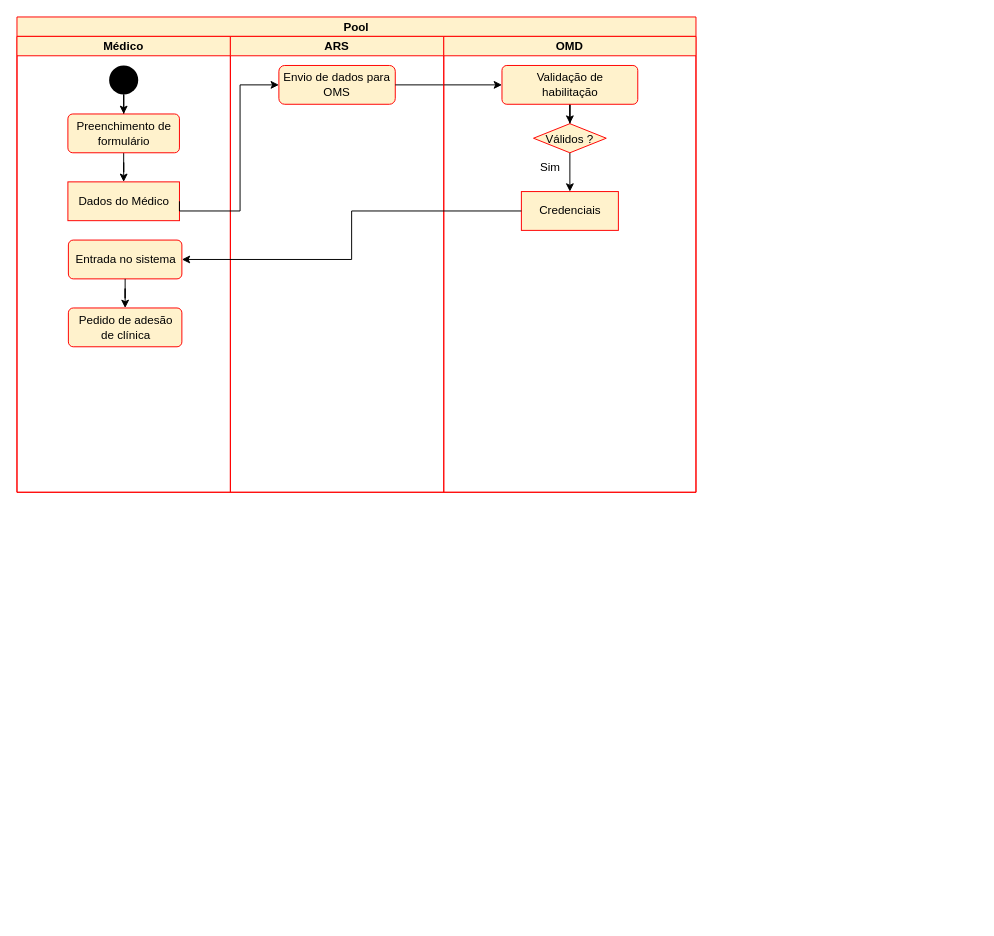
Before: page "ex1_3" (2 of 2) of P/P1/P1.drawio in DavidAraujo98/AS, a draw.io diagram. Source tidied: cells renumbered, new cells numbered last; positions are measured from the earlier drawing's top-left corner, leaving out a move shared by most shapes. Both pictures are drawn from the tidied source at 97%, with x=0, y=0 at pixel (16, 16).
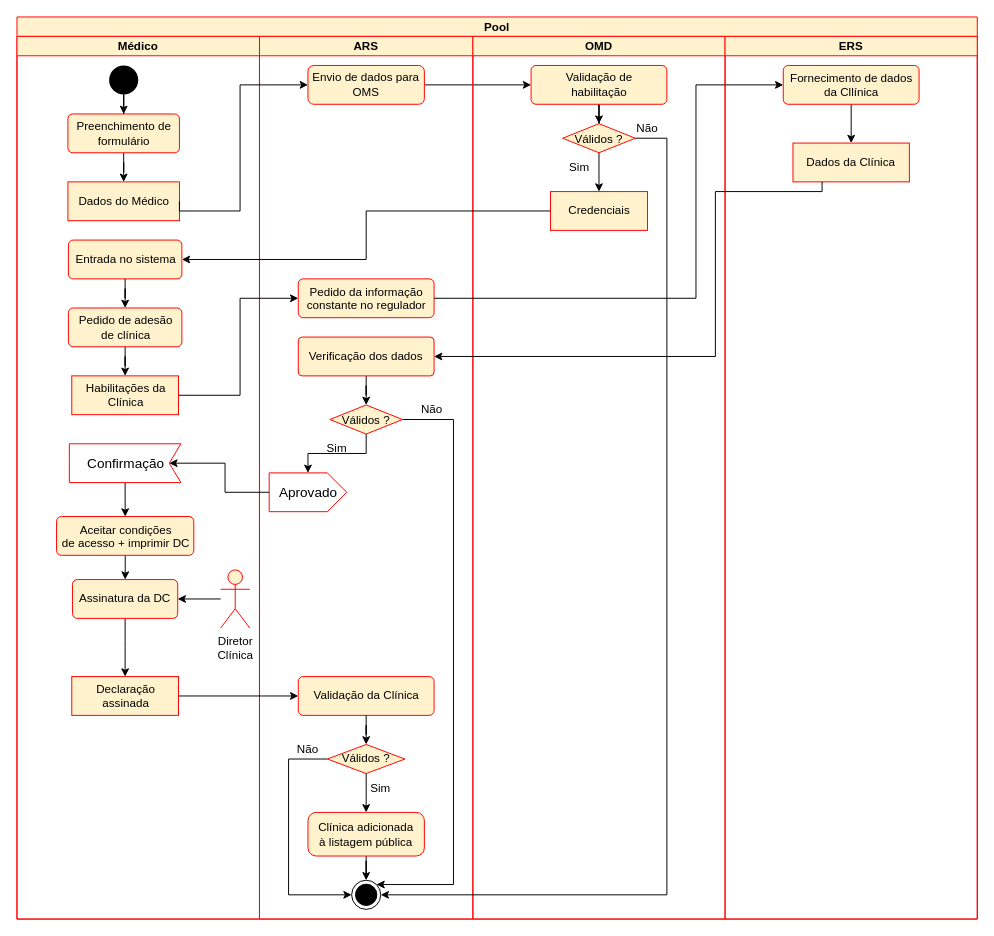
The same diagram, later.

Unchanged cells that the change refers to:
```xml
<mxCell id="10" value="Pedido de adesão&lt;br&gt;de clínica" style="html=1;align=center;verticalAlign=middle;rounded=1;absoluteArcSize=1;arcSize=10;dashed=0;fontSize=12;strokeColor=#FF0000;fillColor=#FFF2CC;" parent="3" vertex="1">
  <mxGeometry x="53" y="280" width="117" height="40" as="geometry" />
</mxCell>
<mxCell id="13" value="Envio de dados para OMS" style="rounded=1;whiteSpace=wrap;html=1;fillColor=#FFF2CC;strokeColor=#FF0000;verticalAlign=middle;" parent="12" vertex="1">
  <mxGeometry x="50" y="30" width="120" height="40" as="geometry" />
</mxCell>
<mxCell id="17" value="Validação de&lt;br&gt;habilitação" style="html=1;align=center;verticalAlign=middle;rounded=1;absoluteArcSize=1;arcSize=10;dashed=0;strokeColor=#FF0000;fillColor=#FFF2CC;" parent="15" vertex="1">
  <mxGeometry x="60" y="30" width="140" height="40" as="geometry" />
</mxCell>
<mxCell id="19" value="Válidos ?" style="rhombus;strokeColor=#FF0000;fillColor=#FFF2CC;verticalAlign=middle;" parent="15" vertex="1">
  <mxGeometry x="92.5" y="90" width="75" height="30" as="geometry" />
</mxCell>
```

What changed in the source:
```diff
@@
-    <mxCell id="2" value="Pool" style="swimlane;startSize=20;strokeColor=#FF0000;fillColor=#FFF2CC;" parent="1" vertex="1">
-      <mxGeometry width="700" height="490" as="geometry" />
+    <mxCell id="2" value="Pool" style="swimlane;startSize=20;strokeColor=#FF0000;fillColor=#FFF2CC;align=center;verticalAlign=middle;" parent="1" vertex="1">
+      <mxGeometry width="990" height="930" as="geometry" />
     </mxCell>
+    <mxCell id="14" style="edgeStyle=orthogonalEdgeStyle;rounded=0;jettySize=auto;html=1;exitX=1;exitY=0.5;exitDx=0;exitDy=0;entryX=0;entryY=0.5;entryDx=0;entryDy=0;" parent="2" edge="1" source="13" target="17">
+      <mxGeometry relative="1" as="geometry" />
+    </mxCell>
     <mxCell id="3" value="Médico" style="swimlane;startSize=20;strokeColor=#FF0000;fillColor=#FFF2CC;" parent="2" vertex="1">
-      <mxGeometry y="20" width="220" height="470" as="geometry" />
+      <mxGeometry y="20" width="250" height="910" as="geometry" />
     </mxCell>
@@
+    <mxCell id="24" style="edgeStyle=orthogonalEdgeStyle;rounded=0;jettySize=auto;html=1;fontSize=12;" parent="3" edge="1" source="10" target="25">
+      <mxGeometry relative="1" as="geometry" />
+    </mxCell>
@@
+    <mxCell id="25" value="Habilitações da&lt;br&gt;Clínica" style="html=1;fontSize=12;strokeColor=#FF0000;fillColor=#FFF2CC;" parent="3" vertex="1">
+      <mxGeometry x="56.5" y="350" width="110" height="40" as="geometry" />
+    </mxCell>
+    <mxCell id="26" style="edgeStyle=orthogonalEdgeStyle;rounded=0;jettySize=auto;html=1;fontSize=12;" parent="3" edge="1" source="27" target="29">
+      <mxGeometry relative="1" as="geometry" />
+    </mxCell>
+    <mxCell id="27" value="Confirmação" style="html=1;shape=mxgraph.infographic.ribbonSimple;notch1=12;notch2=0;align=center;verticalAlign=middle;fontSize=14;fontStyle=0;flipH=1;fillColor=#FFFFFF;strokeColor=#FF0000;" parent="3" vertex="1">
+      <mxGeometry x="54" y="420" width="115" height="40" as="geometry" />
+    </mxCell>
+    <mxCell id="28" style="edgeStyle=orthogonalEdgeStyle;rounded=0;jettySize=auto;html=1;fontSize=12;" parent="3" edge="1" source="29" target="31">
+      <mxGeometry relative="1" as="geometry" />
+    </mxCell>
+    <mxCell id="29" value="Aceitar condições&lt;br&gt;de acesso + imprimir DC" style="html=1;align=center;verticalAlign=top;rounded=1;absoluteArcSize=1;arcSize=10;dashed=0;fontSize=12;strokeColor=#FF0000;fillColor=#FFF2CC;" parent="3" vertex="1">
+      <mxGeometry x="40.8" y="495" width="141.5" height="40" as="geometry" />
+    </mxCell>
+    <mxCell id="30" style="edgeStyle=orthogonalEdgeStyle;rounded=0;jettySize=auto;html=1;fontSize=12;" parent="3" edge="1" source="31" target="34">
+      <mxGeometry relative="1" as="geometry" />
+    </mxCell>
+    <mxCell id="31" value="Assinatura da DC" style="html=1;align=center;verticalAlign=middle;rounded=1;absoluteArcSize=1;arcSize=10;dashed=0;fontSize=12;strokeColor=#FF0000;fillColor=#FFF2CC;" parent="3" vertex="1">
+      <mxGeometry x="57.2" y="560" width="108.5" height="40" as="geometry" />
+    </mxCell>
+    <mxCell id="32" style="edgeStyle=orthogonalEdgeStyle;rounded=0;jettySize=auto;html=1;fontSize=12;" parent="3" edge="1" source="33" target="31">
+      <mxGeometry relative="1" as="geometry" />
+    </mxCell>
+    <mxCell id="33" value="Diretor&lt;br&gt;Clínica" style="shape=umlActor;verticalLabelPosition=bottom;verticalAlign=top;html=1;fontSize=12;strokeColor=#FF0000;fillColor=#FFF2CC;" parent="3" vertex="1">
+      <mxGeometry x="210" y="550" width="30" height="60" as="geometry" />
+    </mxCell>
+    <mxCell id="34" value="Declaração&lt;br&gt;assinada" style="html=1;fontSize=12;strokeColor=#FF0000;fillColor=#FFF2CC;" parent="3" vertex="1">
+      <mxGeometry x="56.5" y="660" width="110" height="40" as="geometry" />
+    </mxCell>
-    <mxCell id="12" value="ARS" style="swimlane;startSize=20;strokeColor=#FF0000;fillColor=#FFF2CC;" parent="2" vertex="1">
-      <mxGeometry x="220" y="20" width="220" height="470" as="geometry" />
+    <mxCell id="12" value="ARS" style="swimlane;startSize=20;strokeColor=#FF0000;fillColor=#FFF2CC;verticalAlign=middle;" parent="2" vertex="1">
+      <mxGeometry x="250" y="20" width="220" height="910" as="geometry" />
     </mxCell>
@@
-    <mxCell id="14" style="edgeStyle=orthogonalEdgeStyle;rounded=0;jettySize=auto;html=1;exitX=1;exitY=0.5;exitDx=0;exitDy=0;entryX=0;entryY=0.5;entryDx=0;entryDy=0;" parent="2" edge="1" source="13" target="17">
-      <mxGeometry relative="1" as="geometry" />
-    </mxCell>
+    <mxCell id="35" value="Pedido da informação&lt;br&gt;constante no regulador" style="html=1;align=center;verticalAlign=top;rounded=1;absoluteArcSize=1;arcSize=10;dashed=0;fontSize=12;strokeColor=#FF0000;fillColor=#FFF2CC;" parent="12" vertex="1">
+      <mxGeometry x="40" y="250" width="140" height="40" as="geometry" />
+    </mxCell>
+    <mxCell id="36" style="edgeStyle=orthogonalEdgeStyle;rounded=0;jettySize=auto;html=1;fontSize=12;" parent="12" edge="1" source="37" target="40">
+      <mxGeometry relative="1" as="geometry" />
+    </mxCell>
+    <mxCell id="37" value="Verificação dos dados" style="whiteSpace=wrap;html=1;verticalAlign=middle;fillColor=#FFF2CC;strokeColor=#FF0000;rounded=1;arcSize=10;dashed=0;" parent="12" vertex="1">
+      <mxGeometry x="40" y="310" width="140" height="40" as="geometry" />
+    </mxCell>
+    <mxCell id="38" style="edgeStyle=orthogonalEdgeStyle;rounded=0;jettySize=auto;html=1;exitX=0.5;exitY=1;exitDx=0;exitDy=0;entryX=0;entryY=0;entryDx=40;entryDy=0;entryPerimeter=0;fontSize=12;" parent="12" edge="1" source="40" target="41">
+      <mxGeometry relative="1" as="geometry" />
+    </mxCell>
+    <mxCell id="39" style="edgeStyle=orthogonalEdgeStyle;rounded=0;jettySize=auto;html=1;exitX=1;exitY=0.5;exitDx=0;exitDy=0;entryX=1;entryY=0;entryDx=0;entryDy=0;fontSize=12;" parent="12" edge="1" source="40" target="50">
+      <mxGeometry relative="1" as="geometry">
+        <Array as="points">
+          <mxPoint x="200" y="395" />
+          <mxPoint x="200" y="874" />
+        </Array>
+      </mxGeometry>
+    </mxCell>
+    <mxCell id="40" value="Válidos ?" style="rhombus;strokeColor=#FF0000;fillColor=#FFF2CC;verticalAlign=middle;" parent="12" vertex="1">
+      <mxGeometry x="72.5" y="380" width="75" height="30" as="geometry" />
+    </mxCell>
+    <mxCell id="41" value="Aprovado" style="html=1;shape=mxgraph.infographic.ribbonSimple;notch1=0;notch2=20;align=center;verticalAlign=middle;fontSize=14;fontStyle=0;fillColor=#FFFFFF;strokeColor=#FF0000;" parent="12" vertex="1">
+      <mxGeometry x="10" y="450" width="80" height="40" as="geometry" />
+    </mxCell>
+    <mxCell id="42" value="Sim" style="text;html=1;strokeColor=none;fillColor=none;align=center;verticalAlign=middle;whiteSpace=wrap;rounded=0;fontSize=12;" parent="12" vertex="1">
+      <mxGeometry x="50" y="410" width="60" height="30" as="geometry" />
+    </mxCell>
+    <mxCell id="43" value="Validação da Clínica" style="html=1;align=center;verticalAlign=middle;rounded=1;absoluteArcSize=1;arcSize=10;dashed=0;fontSize=12;strokeColor=#FF0000;fillColor=#FFF2CC;" parent="12" vertex="1">
+      <mxGeometry x="40" y="660" width="140" height="40" as="geometry" />
+    </mxCell>
+    <mxCell id="44" style="edgeStyle=orthogonalEdgeStyle;rounded=0;jettySize=auto;html=1;exitX=0;exitY=0.5;exitDx=0;exitDy=0;entryX=0;entryY=0.5;entryDx=0;entryDy=0;fontSize=12;" parent="12" edge="1" source="45" target="50">
+      <mxGeometry relative="1" as="geometry">
+        <Array as="points">
+          <mxPoint x="30" y="745" />
+          <mxPoint x="30" y="885" />
+        </Array>
+      </mxGeometry>
+    </mxCell>
+    <mxCell id="45" value="Válidos ?" style="rhombus;whiteSpace=wrap;html=1;fillColor=#FFF2CC;strokeColor=#FF0000;rounded=1;arcSize=0;dashed=0;verticalAlign=middle;" parent="12" vertex="1">
+      <mxGeometry x="70" y="730" width="80" height="30" as="geometry" />
+    </mxCell>
+    <mxCell id="46" style="edgeStyle=orthogonalEdgeStyle;rounded=0;jettySize=auto;html=1;fontSize=12;" parent="12" edge="1" source="43" target="45">
+      <mxGeometry relative="1" as="geometry" />
+    </mxCell>
+    <mxCell id="47" style="edgeStyle=orthogonalEdgeStyle;rounded=0;jettySize=auto;html=1;fontSize=12;" parent="12" edge="1" source="48" target="50">
+      <mxGeometry relative="1" as="geometry" />
+    </mxCell>
+    <mxCell id="48" value="Clínica adicionada&lt;br&gt;à listagem pública" style="whiteSpace=wrap;html=1;fillColor=#FFF2CC;strokeColor=#FF0000;rounded=1;arcSize=19;dashed=0;" parent="12" vertex="1">
+      <mxGeometry x="50" y="800" width="120" height="45" as="geometry" />
+    </mxCell>
+    <mxCell id="49" style="edgeStyle=orthogonalEdgeStyle;rounded=0;jettySize=auto;html=1;fontSize=12;" parent="12" edge="1" source="45" target="48">
+      <mxGeometry relative="1" as="geometry" />
+    </mxCell>
+    <mxCell id="50" style="ellipse;html=1;shape=endState;fillColor=#000000;strokeColor=#000000;fontSize=12;" parent="12" vertex="1">
+      <mxGeometry x="95" y="870" width="30" height="30" as="geometry" />
+    </mxCell>
+    <mxCell id="51" value="Não" style="text;html=1;strokeColor=none;fillColor=none;align=center;verticalAlign=middle;whiteSpace=wrap;rounded=0;fontSize=12;" parent="12" vertex="1">
+      <mxGeometry x="147.5" y="370" width="60" height="30" as="geometry" />
+    </mxCell>
+    <mxCell id="52" value="Não" style="text;html=1;strokeColor=none;fillColor=none;align=center;verticalAlign=middle;whiteSpace=wrap;rounded=0;fontSize=12;" parent="12" vertex="1">
+      <mxGeometry x="20" y="720" width="60" height="30" as="geometry" />
+    </mxCell>
+    <mxCell id="53" value="Sim" style="text;html=1;strokeColor=none;fillColor=none;align=center;verticalAlign=middle;whiteSpace=wrap;rounded=0;fontSize=12;" parent="12" vertex="1">
+      <mxGeometry x="95" y="760" width="60" height="30" as="geometry" />
+    </mxCell>
     <mxCell id="15" value="OMD" style="swimlane;startSize=20;strokeColor=#FF0000;fillColor=#FFF2CC;" parent="2" vertex="1">
-      <mxGeometry x="440" y="20" width="260" height="470" as="geometry" />
+      <mxGeometry x="470" y="20" width="260" height="910" as="geometry" />
     </mxCell>
@@
+    <mxCell id="54" value="Não" style="text;html=1;strokeColor=none;fillColor=none;align=center;verticalAlign=middle;whiteSpace=wrap;rounded=0;fontSize=12;" parent="15" vertex="1">
+      <mxGeometry x="150" y="80" width="60" height="30" as="geometry" />
+    </mxCell>
@@
+    <mxCell id="55" style="edgeStyle=orthogonalEdgeStyle;rounded=0;jettySize=auto;html=1;exitX=1;exitY=0.5;exitDx=0;exitDy=0;entryX=0;entryY=0.5;entryDx=0;entryDy=0;fontSize=12;" parent="2" edge="1" source="25" target="35">
+      <mxGeometry relative="1" as="geometry">
+        <Array as="points">
+          <mxPoint x="230" y="390" />
+          <mxPoint x="230" y="290" />
+        </Array>
+      </mxGeometry>
+    </mxCell>
+    <mxCell id="56" style="edgeStyle=orthogonalEdgeStyle;rounded=0;jettySize=auto;html=1;exitX=1;exitY=0.5;exitDx=0;exitDy=0;entryX=0;entryY=0.5;entryDx=0;entryDy=0;fontSize=12;" parent="2" edge="1" source="35" target="61">
+      <mxGeometry relative="1" as="geometry">
+        <Array as="points">
+          <mxPoint x="700" y="290" />
+          <mxPoint x="700" y="70" />
+        </Array>
+      </mxGeometry>
+    </mxCell>
+    <mxCell id="57" value="ERS" style="swimlane;startSize=20;strokeColor=#FF0000;fillColor=#FFF2CC;" parent="2" vertex="1">
+      <mxGeometry x="730" y="20" width="260" height="910" as="geometry" />
+    </mxCell>
+    <mxCell id="58" style="edgeStyle=orthogonalEdgeStyle;rounded=0;orthogonalLoop=1;jettySize=auto;html=1;" parent="57" edge="1">
+      <mxGeometry relative="1" as="geometry">
+        <mxPoint x="130.1" y="90" as="targetPoint" />
+      </mxGeometry>
+    </mxCell>
+    <mxCell id="59" style="edgeStyle=orthogonalEdgeStyle;rounded=0;orthogonalLoop=1;jettySize=auto;html=1;fontSize=12;" parent="57" edge="1">
+      <mxGeometry relative="1" as="geometry">
+        <mxPoint x="130" y="160" as="targetPoint" />
+      </mxGeometry>
+    </mxCell>
+    <mxCell id="60" style="edgeStyle=orthogonalEdgeStyle;rounded=0;jettySize=auto;html=1;fontSize=12;" parent="57" edge="1" source="61" target="62">
+      <mxGeometry relative="1" as="geometry" />
+    </mxCell>
+    <mxCell id="61" value="Fornecimento de dados&lt;br&gt;da Cllínica" style="html=1;align=center;verticalAlign=top;rounded=1;absoluteArcSize=1;arcSize=10;dashed=0;fontSize=12;strokeColor=#FF0000;fillColor=#FFF2CC;" parent="57" vertex="1">
+      <mxGeometry x="60" y="30" width="140" height="40" as="geometry" />
+    </mxCell>
+    <mxCell id="62" value="Dados da Clínica" style="whiteSpace=wrap;html=1;verticalAlign=middle;fillColor=#FFF2CC;strokeColor=#FF0000;rounded=1;arcSize=0;dashed=0;" parent="57" vertex="1">
+      <mxGeometry x="70" y="110" width="120" height="40" as="geometry" />
+    </mxCell>
+    <mxCell id="63" style="edgeStyle=orthogonalEdgeStyle;rounded=0;jettySize=auto;html=1;fontSize=12;" parent="2" edge="1" source="62" target="37">
+      <mxGeometry relative="1" as="geometry">
+        <Array as="points">
+          <mxPoint x="830" y="180" />
+          <mxPoint x="720" y="180" />
+          <mxPoint x="720" y="350" />
+        </Array>
+      </mxGeometry>
+    </mxCell>
+    <mxCell id="64" style="edgeStyle=orthogonalEdgeStyle;rounded=0;jettySize=auto;html=1;exitX=0;exitY=0;exitDx=0;exitDy=20;exitPerimeter=0;entryX=0;entryY=0;entryDx=12;entryDy=20;entryPerimeter=0;fontSize=12;" parent="2" edge="1" source="41" target="27">
+      <mxGeometry relative="1" as="geometry" />
+    </mxCell>
+    <mxCell id="65" style="edgeStyle=orthogonalEdgeStyle;rounded=0;jettySize=auto;html=1;exitX=1;exitY=0.5;exitDx=0;exitDy=0;entryX=0;entryY=0.5;entryDx=0;entryDy=0;fontSize=12;" parent="2" edge="1" source="34" target="43">
+      <mxGeometry relative="1" as="geometry" />
+    </mxCell>
+    <mxCell id="66" style="edgeStyle=orthogonalEdgeStyle;rounded=0;jettySize=auto;html=1;exitX=1;exitY=0.5;exitDx=0;exitDy=0;entryX=1;entryY=0.5;entryDx=0;entryDy=0;fontSize=12;" parent="2" edge="1" source="19" target="50">
+      <mxGeometry relative="1" as="geometry">
+        <Array as="points">
+          <mxPoint x="670" y="125" />
+          <mxPoint x="670" y="905" />
+        </Array>
+      </mxGeometry>
+    </mxCell>
```
